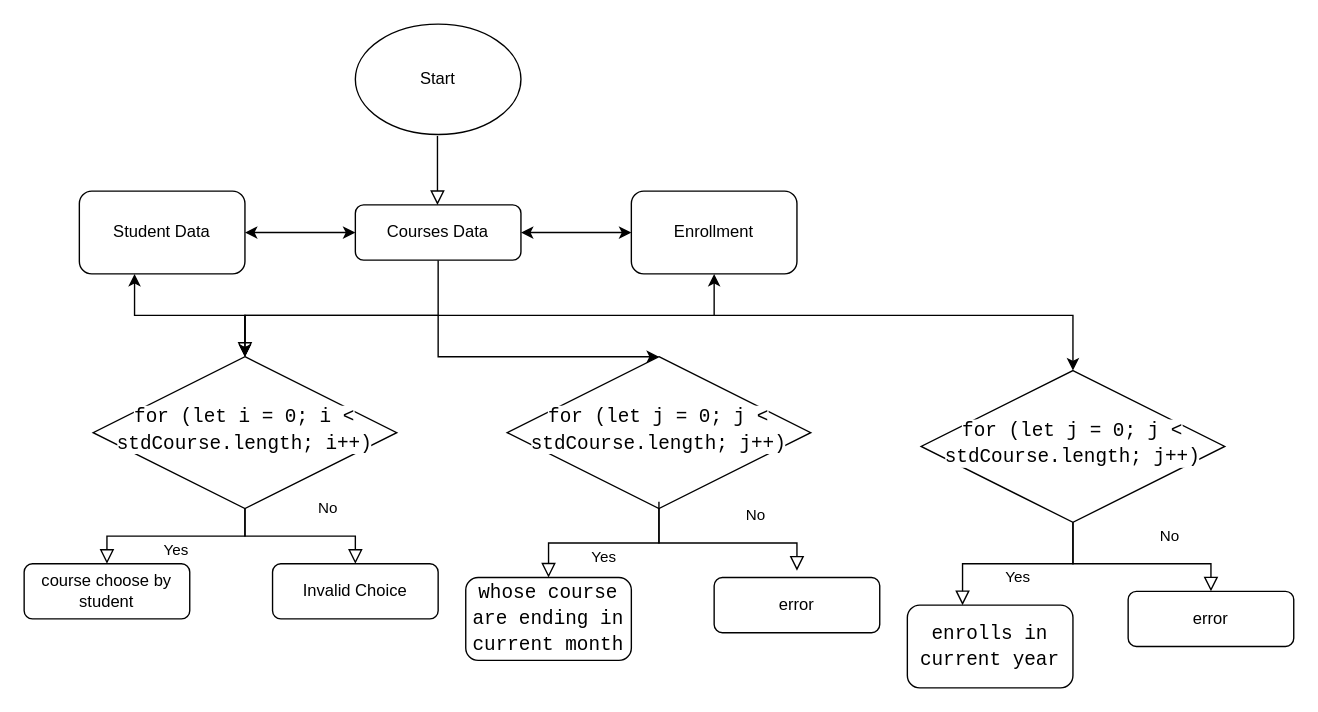
Above: InternalExam.drawio in Krutik-2000/InductionRepo (draw.io), before the change. Source tidied: cells renumbered, new cells numbered last; positions are measured from the earlier drawing's top-left corner, leaving out a move shared by most shapes. Both pictures are drawn from the tidied source at 138%, with x=0, y=0 at pixel (23, 23).
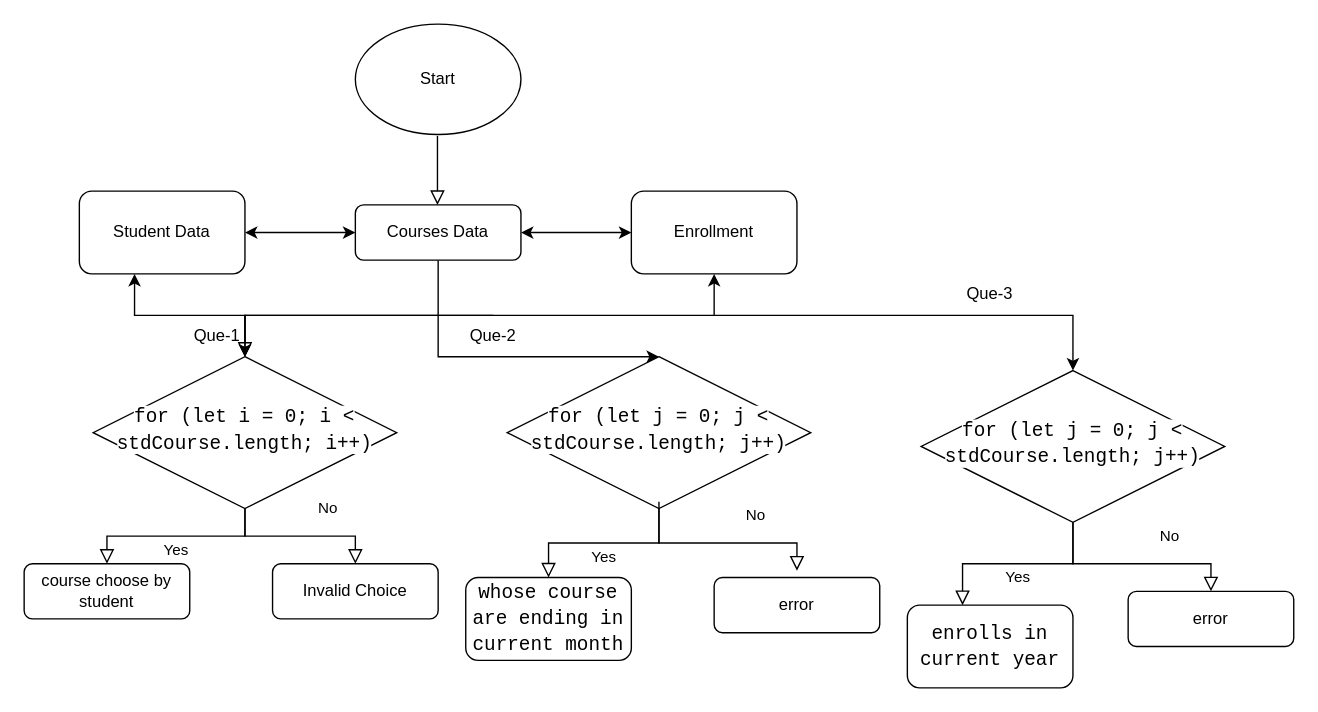
After the change.

Unchanged cells that the change refers to:
```xml
<mxCell id="17" value="&lt;div style=&quot;font-family: &amp;#34;consolas&amp;#34; , &amp;#34;courier new&amp;#34; , monospace ; font-size: 14px ; line-height: 19px&quot;&gt;&lt;div style=&quot;font-family: &amp;#34;consolas&amp;#34; , &amp;#34;courier new&amp;#34; , monospace ; line-height: 19px&quot;&gt;&lt;span style=&quot;background-color: rgb(255 , 255 , 255)&quot;&gt;for (let j = 0; j &amp;lt; stdCourse.length; j++)&lt;/span&gt;&lt;/div&gt;&lt;/div&gt;" style="rhombus;whiteSpace=wrap;html=1;shadow=0;fontFamily=Helvetica;fontSize=12;align=center;strokeWidth=1;spacing=6;spacingTop=-4;" parent="1" vertex="1">
  <mxGeometry x="350" y="241" width="220" height="110" as="geometry" />
</mxCell>
```

Diff of the diagram source:
```diff
@@
-    <mxCell id="18" style="endArrow=classic;html=1;rounded=0;fontColor=#000000;entryX=0.5;entryY=0;entryDx=0;entryDy=0;" parent="1" edge="1" target="17">
+    <mxCell id="18" style="endArrow=classic;html=1;rounded=0;fontColor=#000000;entryX=0.5;entryY=0;entryDx=0;entryDy=0;startArrow=none;" parent="1" edge="1" target="17">
       <mxGeometry relative="1" as="geometry">
         <mxPoint x="300" y="211" as="sourcePoint" />
         <Array as="points">
           <mxPoint x="300" y="241" />
         </Array>
       </mxGeometry>
     </mxCell>
@@
+    <mxCell id="29" value="Que-1" style="text;html=1;strokeColor=none;fillColor=none;align=center;verticalAlign=middle;whiteSpace=wrap;rounded=0;" parent="1" vertex="1">
+      <mxGeometry x="110" y="211" width="60" height="30" as="geometry" />
+    </mxCell>
+    <mxCell id="30" value="Que-2" style="text;html=1;strokeColor=none;fillColor=none;align=center;verticalAlign=middle;whiteSpace=wrap;rounded=0;" parent="1" vertex="1">
+      <mxGeometry x="310" y="211" width="60" height="30" as="geometry" />
+    </mxCell>
+    <mxCell id="31" style="endArrow=none;html=1;rounded=0;fontColor=#000000;entryX=0.5;entryY=0;entryDx=0;entryDy=0;" parent="1" edge="1" target="30">
+      <mxGeometry relative="1" as="geometry">
+        <mxPoint x="300" y="211" as="sourcePoint" />
+      </mxGeometry>
+    </mxCell>
+    <mxCell id="32" value="Que-3" style="text;html=1;strokeColor=none;fillColor=none;align=center;verticalAlign=middle;whiteSpace=wrap;rounded=0;" parent="1" vertex="1">
+      <mxGeometry x="670" y="181" width="60" height="30" as="geometry" />
+    </mxCell>
```
